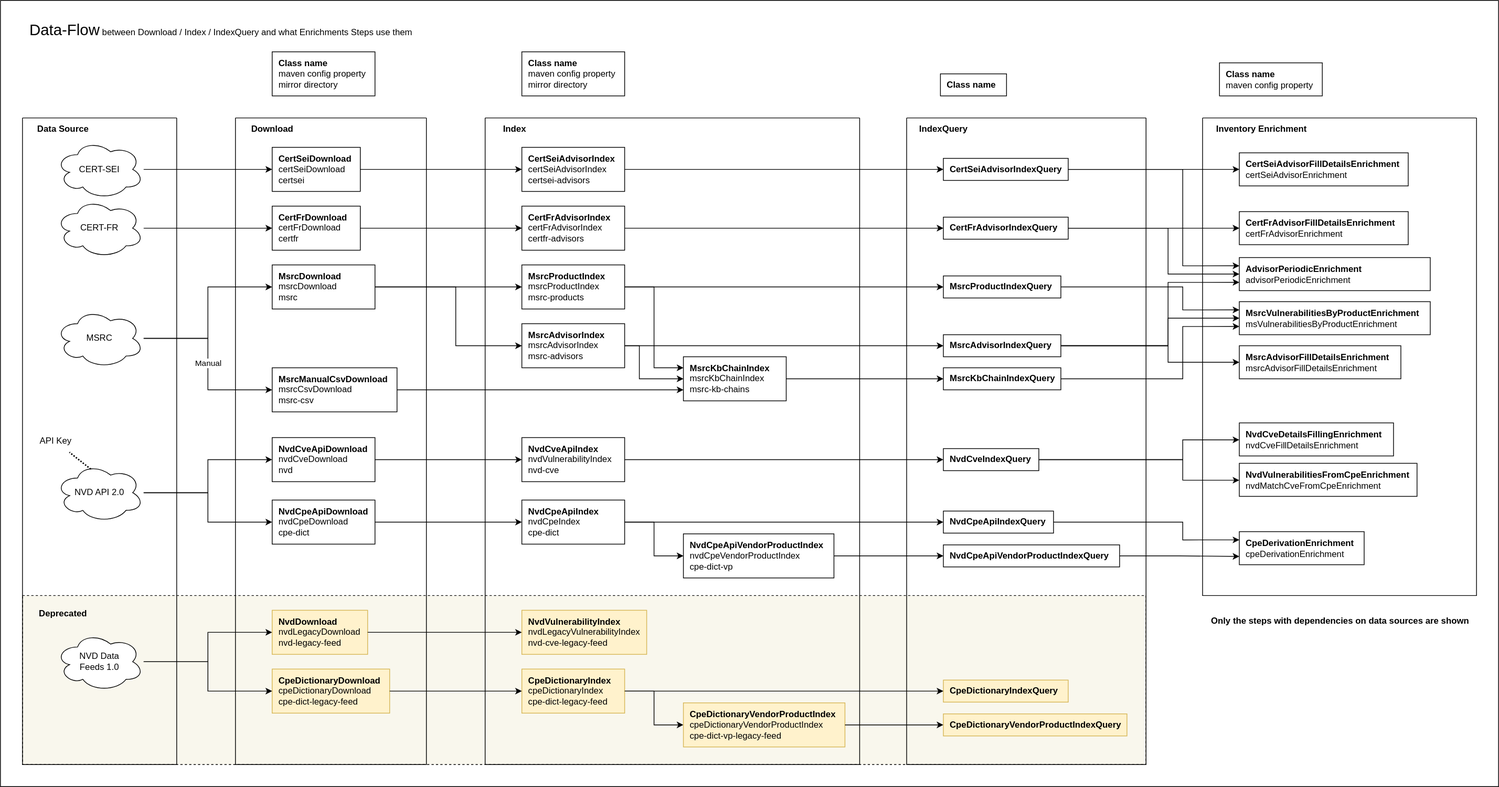
This is doc/inventory-enrichment/dependants.svg from org-metaeffekt/metaeffekt-documentation-template, a draw.io export, as it was before one commit. Source tidied: cells renumbered, new cells last; positions are measured from the earlier drawing's top-left corner, leaving out a move shared by most shapes.
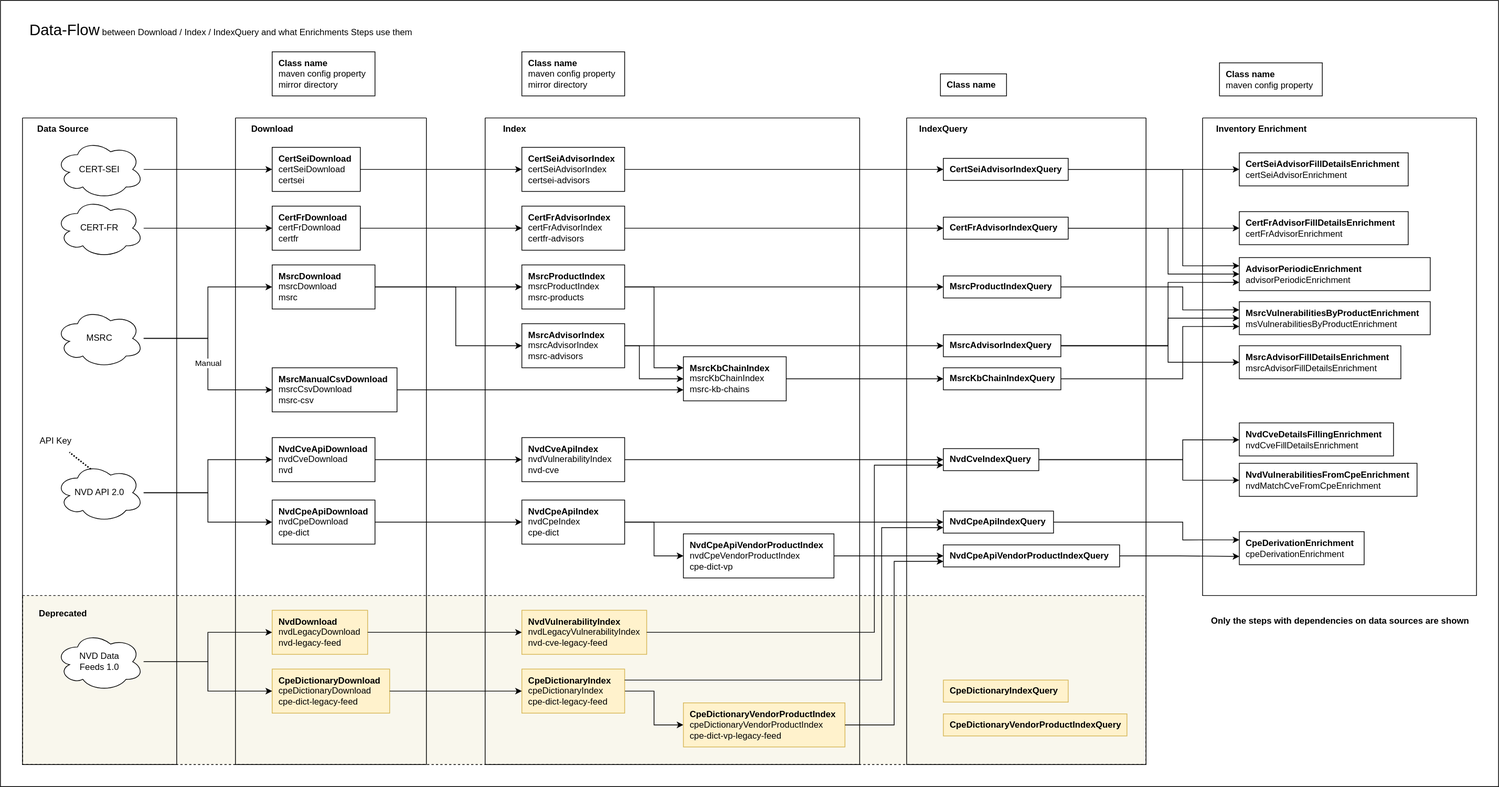
After the commit.

What changed in the source:
```diff
@@ -216,12 +216,6 @@
     <mxCell id="69" value="&lt;b&gt;NvdCpeApiVendorProductIndexQuery&lt;/b&gt;" style="rounded=0;whiteSpace=wrap;html=1;align=left;spacingLeft=7;" parent="58" vertex="1">
       <mxGeometry x="50" y="581" width="240" height="30" as="geometry" />
     </mxCell>
-    <mxCell id="70" style="edgeStyle=orthogonalEdgeStyle;rounded=0;jettySize=auto;html=1;entryX=0;entryY=0.5;entryDx=0;entryDy=0;" parent="1" edge="1" source="18" target="62">
-      <mxGeometry relative="1" as="geometry" />
-    </mxCell>
-    <mxCell id="71" style="edgeStyle=orthogonalEdgeStyle;rounded=0;jettySize=auto;html=1;entryX=0;entryY=0.5;entryDx=0;entryDy=0;" parent="1" edge="1" source="19" target="63">
-      <mxGeometry relative="1" as="geometry" />
-    </mxCell>
     <mxCell id="72" style="edgeStyle=orthogonalEdgeStyle;rounded=0;jettySize=auto;html=1;entryX=0;entryY=0.5;entryDx=0;entryDy=0;" parent="1" edge="1" source="12" target="64">
       <mxGeometry relative="1" as="geometry" />
     </mxCell>
@@ -386,5 +380,24 @@
     <mxCell id="109" value="&lt;font style=&quot;font-size: 21px;&quot;&gt;Data-Flow&lt;/font&gt; between Download / Index / IndexQuery and what Enrichments Steps use them" style="text;html=1;align=center;verticalAlign=middle;strokeColor=none;fillColor=none;fontColor=#000000;" parent="1" vertex="1">
       <mxGeometry x="30" y="20" width="540" height="40" as="geometry" />
     </mxCell>
+    <mxCell id="110" style="edgeStyle=orthogonalEdgeStyle;rounded=0;jettySize=auto;html=1;entryX=0;entryY=0.75;entryDx=0;entryDy=0;" parent="1" edge="1" source="20" target="67">
+      <mxGeometry relative="1" as="geometry">
+        <Array as="points">
+          <mxPoint x="1190" y="860" />
+          <mxPoint x="1190" y="633" />
+        </Array>
+      </mxGeometry>
+    </mxCell>
+    <mxCell id="111" style="edgeStyle=orthogonalEdgeStyle;rounded=0;jettySize=auto;html=1;exitX=1;exitY=0.25;exitDx=0;exitDy=0;entryX=0;entryY=0.75;entryDx=0;entryDy=0;" parent="1" edge="1" source="18" target="68">
+      <mxGeometry relative="1" as="geometry">
+        <Array as="points">
+          <mxPoint x="1200" y="925" />
+          <mxPoint x="1200" y="718" />
+        </Array>
+      </mxGeometry>
+    </mxCell>
+    <mxCell id="112" style="edgeStyle=orthogonalEdgeStyle;rounded=0;jettySize=auto;html=1;entryX=0;entryY=0.75;entryDx=0;entryDy=0;" parent="1" edge="1" source="19" target="69">
+      <mxGeometry relative="1" as="geometry" />
+    </mxCell>
   </root>
 </mxGraphModel>
```
